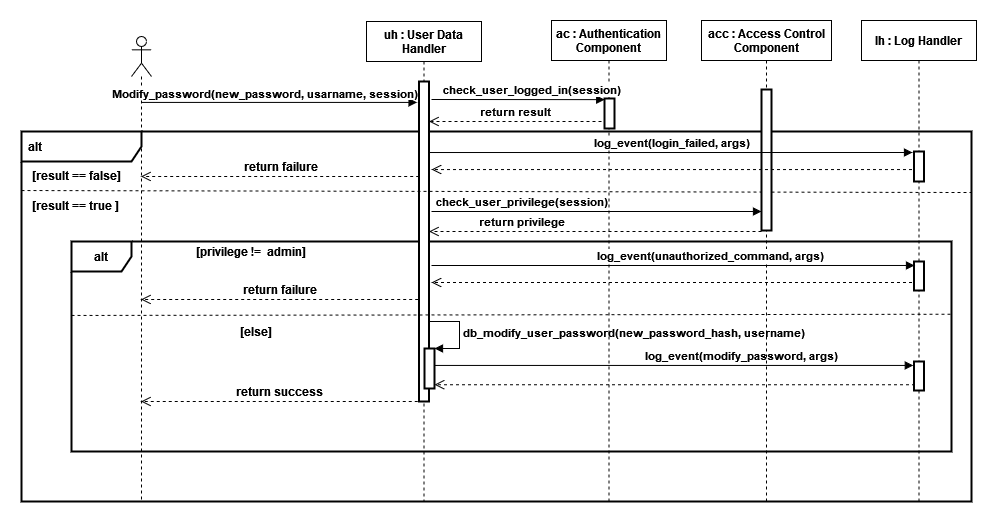
Above: Documentation/Sequence diagrams/Sequence_Modify_UserPassword_Admin.png in nemkrisz11/Computer-Security-Homework-2021-SHAjt (draw.io), before the change. Source tidied: cells renumbered, new cells last; positions are measured from the earlier drawing's top-left corner, leaving out a move shared by most shapes. The source it was exported from:
```xml
<mxGraphModel>
  <root>
    <mxCell id="0" />
    <mxCell id="1" parent="0" />
    <mxCell id="2" value="&lt;font style=&quot;font-size: 12px&quot;&gt;&lt;b&gt;alt&lt;/b&gt;&lt;/font&gt;" style="shape=umlFrame;whiteSpace=wrap;html=1;width=120;height=30;boundedLbl=1;verticalAlign=middle;align=left;spacingLeft=5;strokeWidth=2;" parent="1" vertex="1">
      <mxGeometry y="111" width="950" height="370" as="geometry" />
    </mxCell>
    <mxCell id="3" value="&lt;b&gt;alt&lt;/b&gt;" style="shape=umlFrame;whiteSpace=wrap;html=1;fontSize=12;strokeWidth=2;" parent="1" vertex="1">
      <mxGeometry x="50" y="221" width="880" height="210" as="geometry" />
    </mxCell>
    <mxCell id="4" value="&lt;b&gt;check_user_privilege(session)&lt;/b&gt;" style="html=1;verticalAlign=bottom;endArrow=block;rounded=0;" parent="1" edge="1" target="33">
      <mxGeometry x="-0.46" relative="1" as="geometry">
        <mxPoint x="410" y="191" as="sourcePoint" />
      </mxGeometry>
    </mxCell>
    <mxCell id="5" value="uh : User Data&#10; Handler" style="shape=umlLifeline;perimeter=lifelinePerimeter;rounded=0;shadow=0;strokeWidth=1;fontStyle=1;" parent="1" vertex="1">
      <mxGeometry x="345" y="1" width="115" height="480" as="geometry" />
    </mxCell>
    <mxCell id="6" style="points=[];perimeter=orthogonalPerimeter;rounded=0;shadow=0;strokeWidth=2;" parent="5" vertex="1">
      <mxGeometry x="52.5" y="60" width="10" height="320" as="geometry" />
    </mxCell>
    <mxCell id="7" style="html=1;points=[];perimeter=orthogonalPerimeter;fontSize=11;strokeWidth=2;" parent="5" vertex="1">
      <mxGeometry x="58" y="327" width="10" height="40" as="geometry" />
    </mxCell>
    <mxCell id="8" value="&lt;b&gt;db_modify_user_password(new_password_hash, username)&lt;/b&gt;" style="edgeStyle=orthogonalEdgeStyle;html=1;align=left;spacingLeft=2;endArrow=block;rounded=0;entryX=1;entryY=0;fontSize=11;" parent="5" edge="1" target="7">
      <mxGeometry relative="1" as="geometry">
        <mxPoint x="63" y="300" as="sourcePoint" />
        <Array as="points">
          <mxPoint x="93" y="300" />
          <mxPoint x="93" y="327" />
        </Array>
      </mxGeometry>
    </mxCell>
    <mxCell id="9" style="shape=umlLifeline;participant=umlActor;perimeter=lifelinePerimeter;whiteSpace=wrap;html=1;verticalAlign=top;spacingTop=36;outlineConnect=0;" parent="1" vertex="1">
      <mxGeometry x="110" y="16" width="20" height="465" as="geometry" />
    </mxCell>
    <mxCell id="10" style="html=1;verticalAlign=bottom;endArrow=block;rounded=0;entryX=-0.195;entryY=0.031;entryDx=0;entryDy=0;entryPerimeter=0;" parent="1" edge="1">
      <mxGeometry relative="1" as="geometry">
        <mxPoint x="119.5" y="81.9" as="sourcePoint" />
        <mxPoint x="395.6" y="81.9" as="targetPoint" />
      </mxGeometry>
    </mxCell>
    <mxCell id="11" value="&lt;b&gt;Modify_password(new_password, usarname, session)&lt;br&gt;&lt;/b&gt;" style="edgeLabel;html=1;align=center;verticalAlign=middle;" parent="10" vertex="1">
      <mxGeometry x="-0.1" y="1" relative="1" as="geometry">
        <mxPoint x="-1" y="-8" as="offset" />
      </mxGeometry>
    </mxCell>
    <mxCell id="12" value="ac : Authentication&#10; Component" style="shape=umlLifeline;perimeter=lifelinePerimeter;rounded=0;shadow=0;strokeWidth=1;fontStyle=1;" parent="1" vertex="1">
      <mxGeometry x="530" width="115" height="481" as="geometry" />
    </mxCell>
    <mxCell id="13" style="points=[];perimeter=orthogonalPerimeter;rounded=0;shadow=0;strokeWidth=2;" parent="12" vertex="1">
      <mxGeometry x="53" y="78" width="10" height="30" as="geometry" />
    </mxCell>
    <mxCell id="14" value="&lt;b&gt;check_user_logged_in(session)&lt;/b&gt;" style="html=1;verticalAlign=bottom;endArrow=block;rounded=0;entryX=0.021;entryY=0.038;entryDx=0;entryDy=0;entryPerimeter=0;" parent="1" edge="1" target="13">
      <mxGeometry x="0.15" relative="1" as="geometry">
        <mxPoint x="410" y="79" as="sourcePoint" />
      </mxGeometry>
    </mxCell>
    <mxCell id="15" value="&lt;b&gt;return result&lt;br&gt;&lt;/b&gt;" style="html=1;verticalAlign=bottom;endArrow=open;dashed=1;endSize=8;rounded=0;" parent="1" edge="1" target="6">
      <mxGeometry relative="1" as="geometry">
        <mxPoint x="580" y="101" as="sourcePoint" />
      </mxGeometry>
    </mxCell>
    <mxCell id="16" style="endArrow=none;dashed=1;html=1;strokeWidth=1;rounded=0;endSize=6;exitX=0;exitY=1;exitDx=0;exitDy=0;" parent="1" edge="1" source="18">
      <mxGeometry relative="1" as="geometry">
        <mxPoint x="950" y="172" as="targetPoint" />
      </mxGeometry>
    </mxCell>
    <mxCell id="17" value="&lt;b&gt;[result == true ]&lt;br&gt;&lt;/b&gt;" style="text;html=1;strokeColor=none;fillColor=none;align=center;verticalAlign=middle;whiteSpace=wrap;rounded=0;" parent="1" vertex="1">
      <mxGeometry y="170" width="110" height="30" as="geometry" />
    </mxCell>
    <mxCell id="18" value="&lt;b&gt;[result == false]&lt;/b&gt;" style="text;html=1;strokeColor=none;fillColor=none;align=center;verticalAlign=middle;whiteSpace=wrap;rounded=0;" parent="1" vertex="1">
      <mxGeometry y="140" width="110" height="30" as="geometry" />
    </mxCell>
    <mxCell id="19" value="&lt;b&gt;return failure&lt;br&gt;&lt;/b&gt;" style="html=1;verticalAlign=bottom;endArrow=open;dashed=1;endSize=8;rounded=0;fontSize=12;strokeWidth=1;exitX=0.016;exitY=0.476;exitDx=0;exitDy=0;exitPerimeter=0;" parent="1" edge="1">
      <mxGeometry relative="1" as="geometry">
        <mxPoint x="397.7" y="156" as="sourcePoint" />
        <mxPoint x="119.5" y="156" as="targetPoint" />
      </mxGeometry>
    </mxCell>
    <mxCell id="20" value="&lt;div&gt;&lt;b&gt;[privilege !=&amp;nbsp; admin]&lt;/b&gt;&lt;/div&gt;" style="text;html=1;strokeColor=none;fillColor=none;align=center;verticalAlign=middle;whiteSpace=wrap;rounded=0;fontSize=12;" parent="1" vertex="1">
      <mxGeometry x="120" y="221" width="220" height="20" as="geometry" />
    </mxCell>
    <mxCell id="21" value="&lt;b&gt;[else]&lt;/b&gt;" style="text;html=1;strokeColor=none;fillColor=none;align=center;verticalAlign=middle;whiteSpace=wrap;rounded=0;fontSize=12;" parent="1" vertex="1">
      <mxGeometry x="150" y="301" width="170" height="20" as="geometry" />
    </mxCell>
    <mxCell id="22" style="endArrow=none;dashed=1;html=1;rounded=0;fontSize=12;endSize=6;strokeWidth=1;entryX=1;entryY=0.442;entryDx=0;entryDy=0;entryPerimeter=0;exitX=0;exitY=0.352;exitDx=0;exitDy=0;exitPerimeter=0;" parent="1" edge="1" source="3">
      <mxGeometry relative="1" as="geometry">
        <mxPoint x="930" y="293.7" as="targetPoint" />
      </mxGeometry>
    </mxCell>
    <mxCell id="23" value="&lt;b&gt;return success&lt;br&gt;&lt;/b&gt;" style="html=1;verticalAlign=bottom;endArrow=open;dashed=1;endSize=8;rounded=0;fontSize=12;strokeWidth=1;exitX=-0.13;exitY=1;exitDx=0;exitDy=0;exitPerimeter=0;" parent="1" edge="1" source="6" target="9">
      <mxGeometry relative="1" as="geometry" />
    </mxCell>
    <mxCell id="24" value="&lt;b&gt;return failure&lt;br&gt;&lt;/b&gt;" style="html=1;verticalAlign=bottom;endArrow=open;dashed=1;endSize=8;rounded=0;fontSize=12;strokeWidth=1;exitX=0.016;exitY=0.476;exitDx=0;exitDy=0;exitPerimeter=0;" parent="1" edge="1">
      <mxGeometry relative="1" as="geometry">
        <mxPoint x="396.7" y="279" as="sourcePoint" />
        <mxPoint x="119.5" y="279" as="targetPoint" />
      </mxGeometry>
    </mxCell>
    <mxCell id="25" value="lh : Log Handler" style="shape=umlLifeline;perimeter=lifelinePerimeter;rounded=0;shadow=0;strokeWidth=1;fontStyle=1;" parent="1" vertex="1">
      <mxGeometry x="840" width="115" height="481" as="geometry" />
    </mxCell>
    <mxCell id="26" style="perimeter=orthogonalPerimeter;rounded=0;shadow=0;strokeWidth=2;" parent="25" vertex="1">
      <mxGeometry x="52.5" y="131" width="10" height="30" as="geometry" />
    </mxCell>
    <mxCell id="27" style="perimeter=orthogonalPerimeter;rounded=0;shadow=0;strokeWidth=2;" parent="25" vertex="1">
      <mxGeometry x="52.5" y="241" width="10" height="29" as="geometry" />
    </mxCell>
    <mxCell id="28" style="perimeter=orthogonalPerimeter;rounded=0;shadow=0;strokeWidth=2;" parent="25" vertex="1">
      <mxGeometry x="52.5" y="341" width="10" height="29" as="geometry" />
    </mxCell>
    <mxCell id="29" value="&lt;font style=&quot;font-size: 11px&quot;&gt;&lt;b&gt;log_event(modify_password, args)&lt;br&gt;&lt;/b&gt;&lt;/font&gt;" style="html=1;verticalAlign=bottom;endArrow=block;rounded=0;fontSize=12;endSize=6;strokeWidth=1;entryX=-0.071;entryY=-0.003;entryDx=0;entryDy=0;entryPerimeter=0;" parent="1" edge="1">
      <mxGeometry x="0.28" relative="1" as="geometry">
        <mxPoint x="413" y="344.9" as="sourcePoint" />
        <mxPoint x="891.8" y="344.9" as="targetPoint" />
      </mxGeometry>
    </mxCell>
    <mxCell id="30" style="html=1;verticalAlign=bottom;endArrow=open;dashed=1;endSize=8;rounded=0;fontSize=12;strokeWidth=1;exitX=0.098;exitY=1.01;exitDx=0;exitDy=0;exitPerimeter=0;" parent="1" edge="1">
      <mxGeometry relative="1" as="geometry">
        <mxPoint x="893.5" y="364.2" as="sourcePoint" />
        <mxPoint x="413" y="364.2" as="targetPoint" />
      </mxGeometry>
    </mxCell>
    <mxCell id="31" value="acc : Access Control&#10;Component" style="shape=umlLifeline;perimeter=lifelinePerimeter;rounded=0;shadow=0;strokeWidth=1;fontStyle=1;" parent="1" vertex="1">
      <mxGeometry x="680" width="130" height="481" as="geometry" />
    </mxCell>
    <mxCell id="32" value="&lt;font style=&quot;font-size: 11px&quot;&gt;&lt;b&gt;return privilege&lt;br&gt;&lt;/b&gt;&lt;/font&gt;" style="html=1;verticalAlign=bottom;endArrow=open;dashed=1;endSize=8;rounded=0;fontSize=12;strokeWidth=1;" parent="31" edge="1" target="6">
      <mxGeometry x="0.44" relative="1" as="geometry">
        <mxPoint x="60" y="211" as="sourcePoint" />
      </mxGeometry>
    </mxCell>
    <mxCell id="33" style="points=[];perimeter=orthogonalPerimeter;rounded=0;shadow=0;strokeWidth=2;" parent="31" vertex="1">
      <mxGeometry x="60" y="69" width="10" height="141" as="geometry" />
    </mxCell>
    <mxCell id="34" value="&lt;font style=&quot;font-size: 11px&quot;&gt;&lt;b&gt;log_event(unauthorized_command, args)&lt;br&gt;&lt;/b&gt;&lt;/font&gt;" style="html=1;verticalAlign=bottom;endArrow=block;rounded=0;fontSize=12;endSize=6;strokeWidth=1;entryX=0.05;entryY=0.007;entryDx=0;entryDy=0;entryPerimeter=0;" parent="1" edge="1">
      <mxGeometry x="0.16" relative="1" as="geometry">
        <mxPoint x="410" y="245" as="sourcePoint" />
        <mxPoint x="893" y="245" as="targetPoint" />
      </mxGeometry>
    </mxCell>
    <mxCell id="35" style="html=1;verticalAlign=bottom;endArrow=open;dashed=1;endSize=8;rounded=0;fontSize=12;strokeWidth=1;exitX=0.098;exitY=1.01;exitDx=0;exitDy=0;exitPerimeter=0;startSize=7;" parent="1" edge="1">
      <mxGeometry relative="1" as="geometry">
        <mxPoint x="890.5" y="262" as="sourcePoint" />
        <mxPoint x="410" y="262" as="targetPoint" />
      </mxGeometry>
    </mxCell>
    <mxCell id="36" value="&lt;font style=&quot;font-size: 11px&quot;&gt;&lt;b&gt;log_event(login_failed, args)&lt;br&gt;&lt;/b&gt;&lt;/font&gt;" style="html=1;verticalAlign=bottom;endArrow=block;rounded=0;fontSize=12;endSize=6;strokeWidth=1;entryX=0.05;entryY=0.007;entryDx=0;entryDy=0;entryPerimeter=0;" parent="1" edge="1">
      <mxGeometry relative="1" as="geometry">
        <mxPoint x="408" y="132" as="sourcePoint" />
        <mxPoint x="891" y="132" as="targetPoint" />
      </mxGeometry>
    </mxCell>
    <mxCell id="37" style="html=1;verticalAlign=bottom;endArrow=open;dashed=1;endSize=8;rounded=0;fontSize=12;strokeWidth=1;exitX=0.098;exitY=1.01;exitDx=0;exitDy=0;exitPerimeter=0;startSize=7;" parent="1" edge="1">
      <mxGeometry relative="1" as="geometry">
        <mxPoint x="890.5" y="149" as="sourcePoint" />
        <mxPoint x="410" y="149" as="targetPoint" />
      </mxGeometry>
    </mxCell>
  </root>
</mxGraphModel>
```
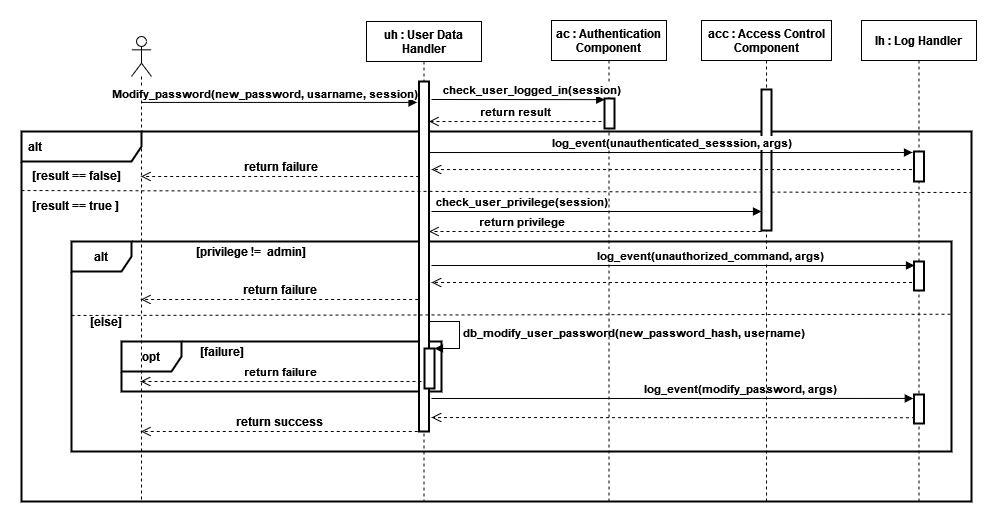
Above is the later version.

The edit, as a diff of the source:
```diff
@@ -2,6 +2,9 @@
   <root>
     <mxCell id="0" />
     <mxCell id="1" parent="0" />
+    <mxCell id="38" value="&lt;b&gt;opt&lt;/b&gt;" style="shape=umlFrame;whiteSpace=wrap;html=1;strokeWidth=2;" parent="1" vertex="1">
+      <mxGeometry x="100" y="321" width="320" height="50" as="geometry" />
+    </mxCell>
     <mxCell id="2" value="&lt;font style=&quot;font-size: 12px&quot;&gt;&lt;b&gt;alt&lt;/b&gt;&lt;/font&gt;" style="shape=umlFrame;whiteSpace=wrap;html=1;width=120;height=30;boundedLbl=1;verticalAlign=middle;align=left;spacingLeft=5;strokeWidth=2;" parent="1" vertex="1">
       <mxGeometry y="111" width="950" height="370" as="geometry" />
     </mxCell>
@@ -17,7 +20,7 @@
       <mxGeometry x="345" y="1" width="115" height="480" as="geometry" />
     </mxCell>
     <mxCell id="6" style="points=[];perimeter=orthogonalPerimeter;rounded=0;shadow=0;strokeWidth=2;" parent="5" vertex="1">
-      <mxGeometry x="52.5" y="60" width="10" height="320" as="geometry" />
+      <mxGeometry x="52.5" y="60" width="10" height="350" as="geometry" />
     </mxCell>
     <mxCell id="7" style="html=1;points=[];perimeter=orthogonalPerimeter;fontSize=11;strokeWidth=2;" parent="5" vertex="1">
       <mxGeometry x="58" y="327" width="10" height="40" as="geometry" />
@@ -82,7 +85,7 @@
       <mxGeometry x="120" y="221" width="220" height="20" as="geometry" />
     </mxCell>
     <mxCell id="21" value="&lt;b&gt;[else]&lt;/b&gt;" style="text;html=1;strokeColor=none;fillColor=none;align=center;verticalAlign=middle;whiteSpace=wrap;rounded=0;fontSize=12;" parent="1" vertex="1">
-      <mxGeometry x="150" y="301" width="170" height="20" as="geometry" />
+      <mxGeometry y="291" width="170" height="20" as="geometry" />
     </mxCell>
     <mxCell id="22" style="endArrow=none;dashed=1;html=1;rounded=0;fontSize=12;endSize=6;strokeWidth=1;entryX=1;entryY=0.442;entryDx=0;entryDy=0;entryPerimeter=0;exitX=0;exitY=0.352;exitDx=0;exitDy=0;exitPerimeter=0;" parent="1" edge="1" source="3">
       <mxGeometry relative="1" as="geometry">
@@ -108,18 +111,18 @@
       <mxGeometry x="52.5" y="241" width="10" height="29" as="geometry" />
     </mxCell>
     <mxCell id="28" style="perimeter=orthogonalPerimeter;rounded=0;shadow=0;strokeWidth=2;" parent="25" vertex="1">
-      <mxGeometry x="52.5" y="341" width="10" height="29" as="geometry" />
+      <mxGeometry x="52.5" y="374" width="10" height="29" as="geometry" />
     </mxCell>
     <mxCell id="29" value="&lt;font style=&quot;font-size: 11px&quot;&gt;&lt;b&gt;log_event(modify_password, args)&lt;br&gt;&lt;/b&gt;&lt;/font&gt;" style="html=1;verticalAlign=bottom;endArrow=block;rounded=0;fontSize=12;endSize=6;strokeWidth=1;entryX=-0.071;entryY=-0.003;entryDx=0;entryDy=0;entryPerimeter=0;" parent="1" edge="1">
       <mxGeometry x="0.28" relative="1" as="geometry">
-        <mxPoint x="413" y="344.9" as="sourcePoint" />
-        <mxPoint x="891.8" y="344.9" as="targetPoint" />
+        <mxPoint x="410" y="378" as="sourcePoint" />
+        <mxPoint x="891.8" y="377.9" as="targetPoint" />
       </mxGeometry>
     </mxCell>
     <mxCell id="30" style="html=1;verticalAlign=bottom;endArrow=open;dashed=1;endSize=8;rounded=0;fontSize=12;strokeWidth=1;exitX=0.098;exitY=1.01;exitDx=0;exitDy=0;exitPerimeter=0;" parent="1" edge="1">
       <mxGeometry relative="1" as="geometry">
-        <mxPoint x="893.5" y="364.2" as="sourcePoint" />
-        <mxPoint x="413" y="364.2" as="targetPoint" />
+        <mxPoint x="893.5" y="397.2" as="sourcePoint" />
+        <mxPoint x="410" y="397" as="targetPoint" />
       </mxGeometry>
     </mxCell>
     <mxCell id="31" value="acc : Access Control&#10;Component" style="shape=umlLifeline;perimeter=lifelinePerimeter;rounded=0;shadow=0;strokeWidth=1;fontStyle=1;" parent="1" vertex="1">
@@ -145,7 +148,7 @@
         <mxPoint x="410" y="262" as="targetPoint" />
       </mxGeometry>
     </mxCell>
-    <mxCell id="36" value="&lt;font style=&quot;font-size: 11px&quot;&gt;&lt;b&gt;log_event(login_failed, args)&lt;br&gt;&lt;/b&gt;&lt;/font&gt;" style="html=1;verticalAlign=bottom;endArrow=block;rounded=0;fontSize=12;endSize=6;strokeWidth=1;entryX=0.05;entryY=0.007;entryDx=0;entryDy=0;entryPerimeter=0;" parent="1" edge="1">
+    <mxCell id="36" value="&lt;font style=&quot;font-size: 11px&quot;&gt;&lt;b&gt;log_event(unauthenticated_sesssion, args)&lt;br&gt;&lt;/b&gt;&lt;/font&gt;" style="html=1;verticalAlign=bottom;endArrow=block;rounded=0;fontSize=12;endSize=6;strokeWidth=1;entryX=0.05;entryY=0.007;entryDx=0;entryDy=0;entryPerimeter=0;" parent="1" edge="1">
       <mxGeometry relative="1" as="geometry">
         <mxPoint x="408" y="132" as="sourcePoint" />
         <mxPoint x="891" y="132" as="targetPoint" />
@@ -157,5 +160,17 @@
         <mxPoint x="410" y="149" as="targetPoint" />
       </mxGeometry>
     </mxCell>
+    <mxCell id="39" value="&lt;b&gt;[failure]&lt;/b&gt;" style="text;html=1;align=center;verticalAlign=middle;strokeColor=none;fillColor=none;" parent="1" vertex="1">
+      <mxGeometry x="170" y="321" width="60" height="20" as="geometry" />
+    </mxCell>
+    <mxCell id="40" value="&lt;b&gt;return failure&lt;br&gt;&lt;/b&gt;" style="html=1;verticalAlign=bottom;endArrow=open;dashed=1;endSize=8;rounded=0;edgeStyle=orthogonalEdgeStyle;strokeWidth=1;" parent="1" edge="1">
+      <mxGeometry relative="1" as="geometry">
+        <mxPoint x="400" y="361" as="sourcePoint" />
+        <mxPoint x="119" y="361" as="targetPoint" />
+        <Array as="points">
+          <mxPoint x="119" y="361" />
+        </Array>
+      </mxGeometry>
+    </mxCell>
   </root>
 </mxGraphModel>
```
